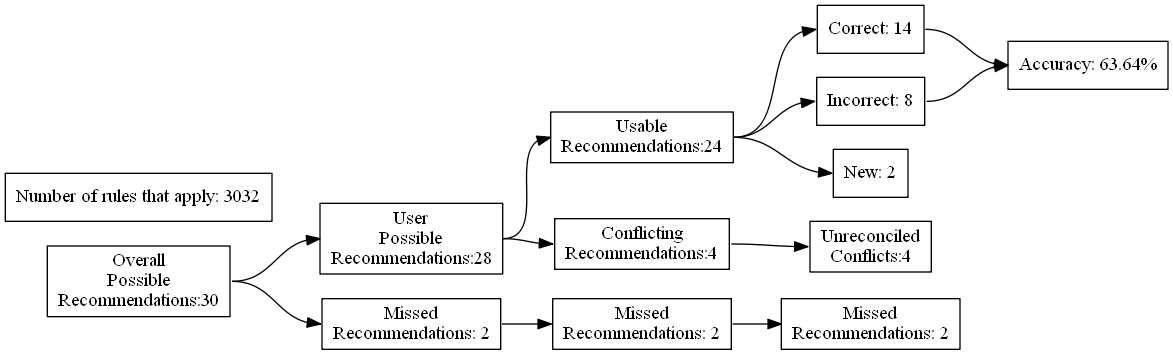
Before: test_renders/9.gv.png, a diagram exported from Graphviz (ZaxR/ibd_diet_analysis). Its source is kept beside it as test_renders/9.gv. Its diagram source:
```dot
digraph {
	graph [rankdir=LR]
	node [pos=r shape=box]
	edge [headport=w tailport=e]
		A [label="Overall
Possible
Recommendations:30"]
		B [label="User
Possible
Recommendations:28"]
		C [label="Missed
Recommendations: 2"]
		D [label="Usable
Recommendations:24"]
		E [label="Conflicting
Recommendations:4"]
		J [label="Missed
Recommendations: 2"]
		M [label="Unreconciled
Conflicts:4"]
		F [label="Correct: 14"]
		G [label="Incorrect: 8"]
		H [label="New: 2"]
		K [label="Missed
Recommendations: 2"]
		I [label="Accuracy: 63.64%"]
		l [label="Number of rules that apply: 3032"]
			A -> B
			A -> C
			B -> D
			B -> E
			D -> F
			D -> G
			D -> H
			F -> I
			G -> I
			C -> J
			J -> K
			E -> M
}
```
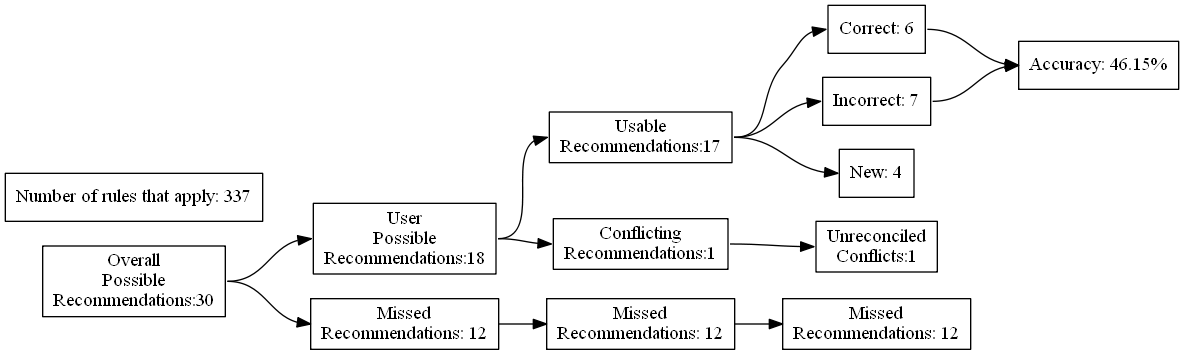
After the commit.

What changed in the source:
```diff
@@ -7,24 +7,24 @@
 Recommendations:30"]
 		B [label="User
 Possible
-Recommendations:28"]
+Recommendations:18"]
 		C [label="Missed
-Recommendations: 2"]
+Recommendations: 12"]
 		D [label="Usable
-Recommendations:24"]
+Recommendations:17"]
 		E [label="Conflicting
-Recommendations:4"]
+Recommendations:1"]
 		J [label="Missed
-Recommendations: 2"]
+Recommendations: 12"]
 		M [label="Unreconciled
-Conflicts:4"]
-		F [label="Correct: 14"]
-		G [label="Incorrect: 8"]
-		H [label="New: 2"]
+Conflicts:1"]
+		F [label="Correct: 6"]
+		G [label="Incorrect: 7"]
+		H [label="New: 4"]
 		K [label="Missed
-Recommendations: 2"]
-		I [label="Accuracy: 63.64%"]
-		l [label="Number of rules that apply: 3032"]
+Recommendations: 12"]
+		I [label="Accuracy: 46.15%"]
+		l [label="Number of rules that apply: 337"]
 			A -> B
 			A -> C
 			B -> D
```
